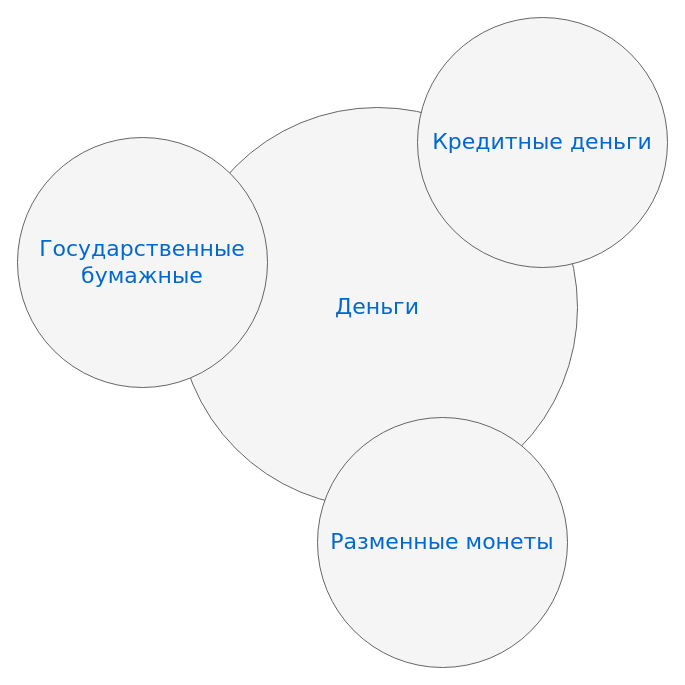
Above: Функции денег.drawio in isfomin/diagrams (draw.io), before the change. Source tidied: cells renumbered, new cells numbered last; positions are measured from the earlier drawing's top-left corner, leaving out a move shared by most shapes. Both pictures are drawn from the tidied source at 100%, with x=0, y=0 at pixel (17, 17).
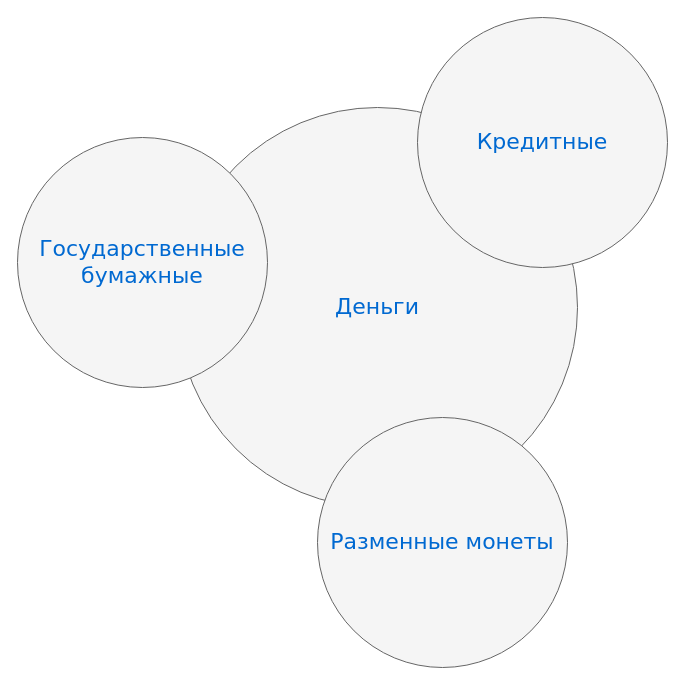
Above is the later version.

What changed in the source:
```diff
@@
 <mxGraphModel>
   <root>
     <mxCell id="0" />
     <mxCell id="1" parent="0" />
     <mxCell id="2" value="Деньги" style="ellipse;whiteSpace=wrap;html=1;rounded=0;shadow=0;dashed=0;comic=0;fontFamily=Verdana;fontSize=22;fontColor=#0069D1;fillColor=#f5f5f5;strokeColor=#666666;" parent="1" vertex="1">
       <mxGeometry x="160" y="90" width="400" height="400" as="geometry" />
     </mxCell>
     <mxCell id="3" value="Государственные бумажные" style="ellipse;whiteSpace=wrap;html=1;rounded=0;shadow=0;dashed=0;comic=0;fontFamily=Verdana;fontSize=22;fontColor=#0069D1;fillColor=#f5f5f5;strokeColor=#666666;" parent="1" vertex="1">
       <mxGeometry y="120" width="250" height="250" as="geometry" />
     </mxCell>
-    <mxCell id="4" value="Кредитные деньги" style="ellipse;whiteSpace=wrap;html=1;rounded=0;shadow=0;dashed=0;comic=0;fontFamily=Verdana;fontSize=22;fontColor=#0069D1;fillColor=#f5f5f5;strokeColor=#666666;" parent="1" vertex="1">
+    <mxCell id="4" value="Кредитные" style="ellipse;whiteSpace=wrap;html=1;rounded=0;shadow=0;dashed=0;comic=0;fontFamily=Verdana;fontSize=22;fontColor=#0069D1;fillColor=#f5f5f5;strokeColor=#666666;" parent="1" vertex="1">
       <mxGeometry x="400" width="250" height="250" as="geometry" />
     </mxCell>
     <mxCell id="5" value="Разменные монеты" style="ellipse;whiteSpace=wrap;html=1;rounded=0;shadow=0;dashed=0;comic=0;fontFamily=Verdana;fontSize=22;fontColor=#0069D1;fillColor=#f5f5f5;strokeColor=#666666;" parent="1" vertex="1">
       <mxGeometry x="300" y="400" width="250" height="250" as="geometry" />
     </mxCell>
   </root>
 </mxGraphModel>
```
